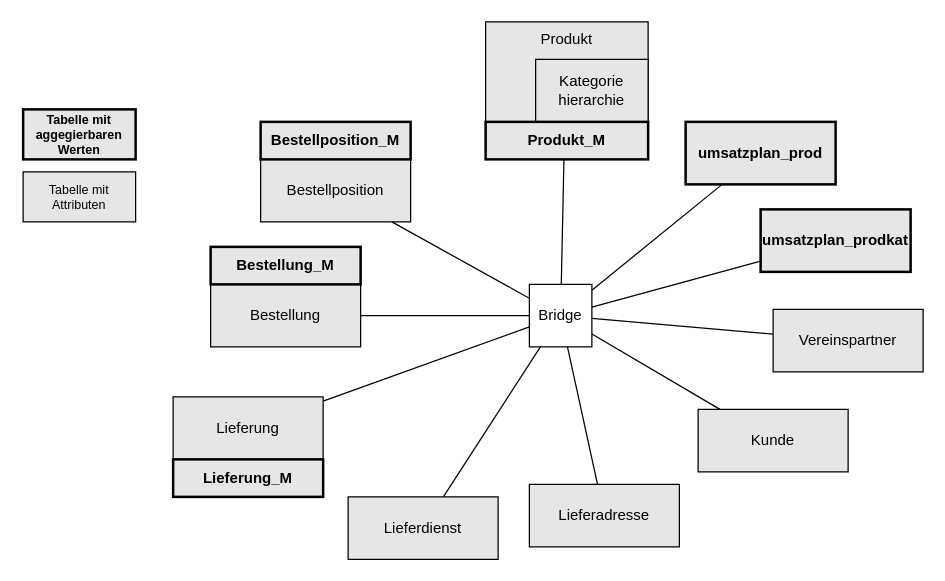
mattywausb/Willibald-Data keeps this draw.io diagram as USS_abbildung/USS_for_willibald.drawio. Above is the earlier version. Source tidied: cells renumbered, new cells numbered last; positions are measured from the earlier drawing's top-left corner, leaving out a move shared by most shapes. Both pictures are drawn from the tidied source at 125%, with x=0, y=0 at pixel (22, 21).
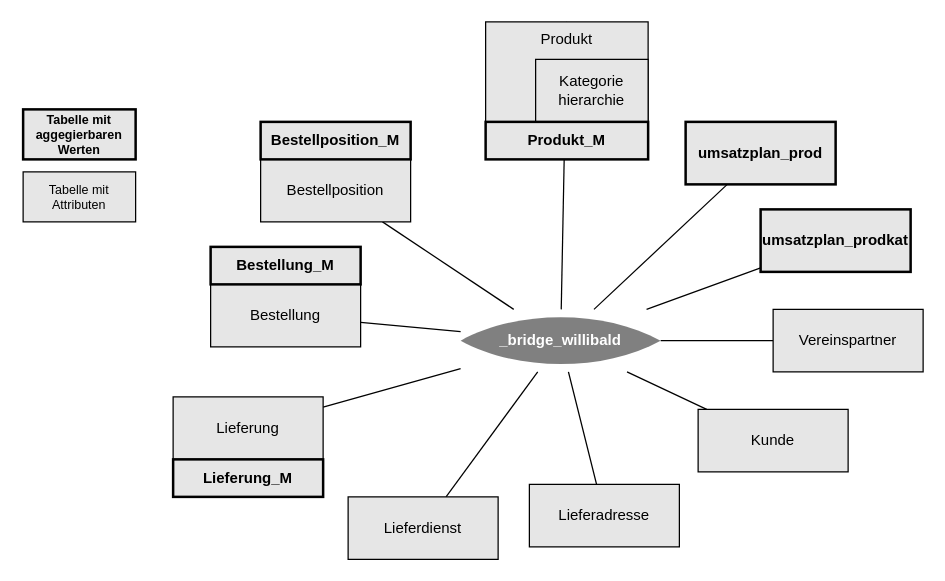
Above is the later version.

Commit message (it also covers changes not shown here):
Diagramme verbessert

Unchanged cells that the change refers to:
```xml
<mxCell id="11" value="Bestellung" style="rounded=0;whiteSpace=wrap;html=1;strokeColor=default;align=center;verticalAlign=middle;fontFamily=Helvetica;fontSize=12;fontColor=default;fillColor=#E6E6E6;" parent="1" vertex="1">
  <mxGeometry x="150" y="210" width="120" height="50" as="geometry" />
</mxCell>
<mxCell id="13" value="Lieferdienst" style="rounded=0;whiteSpace=wrap;html=1;strokeColor=default;align=center;verticalAlign=middle;fontFamily=Helvetica;fontSize=12;fontColor=default;fillColor=#E6E6E6;" parent="1" vertex="1">
  <mxGeometry x="260" y="380" width="120" height="50" as="geometry" />
</mxCell>
<mxCell id="14" value="Lieferadresse" style="rounded=0;whiteSpace=wrap;html=1;strokeColor=default;align=center;verticalAlign=middle;fontFamily=Helvetica;fontSize=12;fontColor=default;fillColor=#E6E6E6;" parent="1" vertex="1">
  <mxGeometry x="405" y="370" width="120" height="50" as="geometry" />
</mxCell>
<mxCell id="15" value="Kunde" style="rounded=0;whiteSpace=wrap;html=1;strokeColor=default;align=center;verticalAlign=middle;fontFamily=Helvetica;fontSize=12;fontColor=default;fillColor=#E6E6E6;" parent="1" vertex="1">
  <mxGeometry x="540" y="310" width="120" height="50" as="geometry" />
</mxCell>
<mxCell id="16" value="Produkt" style="rounded=0;whiteSpace=wrap;html=1;verticalAlign=top;strokeColor=default;align=center;fontFamily=Helvetica;fontSize=12;fontColor=default;fillColor=#E6E6E6;" parent="1" vertex="1">
  <mxGeometry x="370" width="130" height="80" as="geometry" />
</mxCell>
<mxCell id="17" value="Vereinspartner" style="rounded=0;whiteSpace=wrap;html=1;strokeColor=default;align=center;verticalAlign=middle;fontFamily=Helvetica;fontSize=12;fontColor=default;fillColor=#E6E6E6;" parent="1" vertex="1">
  <mxGeometry x="600" y="230" width="120" height="50" as="geometry" />
</mxCell>
<mxCell id="21" value="&lt;div&gt;&lt;span style=&quot;background-color: initial;&quot;&gt;Bestellposition&lt;/span&gt;&lt;br&gt;&lt;/div&gt;" style="rounded=0;whiteSpace=wrap;html=1;strokeColor=default;align=center;verticalAlign=middle;fontFamily=Helvetica;fontSize=12;fontColor=default;fillColor=#E6E6E6;" parent="1" vertex="1">
  <mxGeometry x="190" y="110" width="120" height="50" as="geometry" />
</mxCell>
<mxCell id="26" value="Lieferung" style="rounded=0;whiteSpace=wrap;html=1;strokeColor=default;align=center;verticalAlign=middle;fontFamily=Helvetica;fontSize=12;fontColor=default;fillColor=#E6E6E6;" parent="1" vertex="1">
  <mxGeometry x="120" y="300" width="120" height="50" as="geometry" />
</mxCell>
<mxCell id="28" value="umsatzplan_prod" style="rounded=0;whiteSpace=wrap;html=1;strokeColor=default;align=center;verticalAlign=middle;fontFamily=Helvetica;fontSize=12;fontColor=default;fillColor=#E6E6E6;shadow=0;glass=0;strokeWidth=2;fontStyle=1;" parent="1" vertex="1">
  <mxGeometry x="530" y="80" width="120" height="50" as="geometry" />
</mxCell>
<mxCell id="29" value="umsatzplan_prodkat" style="rounded=0;whiteSpace=wrap;html=1;strokeColor=default;align=center;verticalAlign=middle;fontFamily=Helvetica;fontSize=12;fontColor=default;fillColor=#E6E6E6;shadow=0;glass=0;strokeWidth=2;fontStyle=1;" parent="1" vertex="1">
  <mxGeometry x="590" y="150" width="120" height="50" as="geometry" />
</mxCell>
```

The edit, as a diff of the source:
```diff
@@
-    <mxCell id="2" style="edgeStyle=none;shape=connector;rounded=0;jettySize=auto;html=1;strokeColor=default;align=center;verticalAlign=middle;fontFamily=Helvetica;fontSize=11;fontColor=default;labelBackgroundColor=default;endArrow=none;endFill=0;" parent="1" edge="1" source="8" target="17">
+    <mxCell id="2" style="edgeStyle=none;shape=connector;rounded=0;jettySize=auto;html=1;strokeColor=default;align=center;verticalAlign=middle;fontFamily=Helvetica;fontSize=11;fontColor=default;labelBackgroundColor=default;endArrow=none;endFill=0;" parent="1" edge="1" source="30" target="17">
       <mxGeometry relative="1" as="geometry" />
     </mxCell>
-    <mxCell id="3" style="edgeStyle=none;shape=connector;rounded=0;jettySize=auto;html=1;strokeColor=default;align=center;verticalAlign=middle;fontFamily=Helvetica;fontSize=11;fontColor=default;labelBackgroundColor=default;endArrow=none;endFill=0;" parent="1" edge="1" source="8" target="15">
+    <mxCell id="3" style="edgeStyle=none;shape=connector;rounded=0;jettySize=auto;html=1;strokeColor=default;align=center;verticalAlign=middle;fontFamily=Helvetica;fontSize=11;fontColor=default;labelBackgroundColor=default;endArrow=none;endFill=0;" parent="1" edge="1" source="30" target="15">
       <mxGeometry relative="1" as="geometry" />
     </mxCell>
-    <mxCell id="4" style="edgeStyle=none;shape=connector;rounded=0;jettySize=auto;html=1;strokeColor=default;align=center;verticalAlign=middle;fontFamily=Helvetica;fontSize=11;fontColor=default;labelBackgroundColor=default;endArrow=none;endFill=0;" parent="1" edge="1" source="8" target="14">
+    <mxCell id="4" style="edgeStyle=none;shape=connector;rounded=0;jettySize=auto;html=1;strokeColor=default;align=center;verticalAlign=middle;fontFamily=Helvetica;fontSize=11;fontColor=default;labelBackgroundColor=default;endArrow=none;endFill=0;" parent="1" edge="1" source="30" target="14">
       <mxGeometry relative="1" as="geometry" />
     </mxCell>
-    <mxCell id="5" style="edgeStyle=none;shape=connector;rounded=0;jettySize=auto;html=1;strokeColor=default;align=center;verticalAlign=middle;fontFamily=Helvetica;fontSize=11;fontColor=default;labelBackgroundColor=default;endArrow=none;endFill=0;entryX=0.5;entryY=0;entryDx=0;entryDy=0;" parent="1" edge="1" source="8" target="16">
+    <mxCell id="5" style="edgeStyle=none;shape=connector;rounded=0;jettySize=auto;html=1;strokeColor=default;align=center;verticalAlign=middle;fontFamily=Helvetica;fontSize=11;fontColor=default;labelBackgroundColor=default;endArrow=none;endFill=0;entryX=0.5;entryY=0;entryDx=0;entryDy=0;" parent="1" edge="1" source="30" target="16">
       <mxGeometry relative="1" as="geometry" />
     </mxCell>
-    <mxCell id="6" style="edgeStyle=none;shape=connector;rounded=0;jettySize=auto;html=1;strokeColor=default;align=center;verticalAlign=middle;fontFamily=Helvetica;fontSize=11;fontColor=default;labelBackgroundColor=default;endArrow=none;endFill=0;" parent="1" edge="1" source="8" target="29">
+    <mxCell id="6" style="edgeStyle=none;shape=connector;rounded=0;jettySize=auto;html=1;strokeColor=default;align=center;verticalAlign=middle;fontFamily=Helvetica;fontSize=11;fontColor=default;labelBackgroundColor=default;endArrow=none;endFill=0;" parent="1" edge="1" source="30" target="29">
       <mxGeometry relative="1" as="geometry" />
     </mxCell>
-    <mxCell id="7" style="edgeStyle=none;shape=connector;rounded=0;jettySize=auto;html=1;strokeColor=default;align=center;verticalAlign=middle;fontFamily=Helvetica;fontSize=11;fontColor=default;labelBackgroundColor=default;endArrow=none;endFill=0;" parent="1" edge="1" source="8" target="28">
+    <mxCell id="7" style="edgeStyle=none;shape=connector;rounded=0;jettySize=auto;html=1;strokeColor=default;align=center;verticalAlign=middle;fontFamily=Helvetica;fontSize=11;fontColor=default;labelBackgroundColor=default;endArrow=none;endFill=0;" parent="1" edge="1" source="30" target="28">
       <mxGeometry relative="1" as="geometry" />
     </mxCell>
-    <mxCell id="8" value="Bridge" style="rounded=0;whiteSpace=wrap;html=1;" parent="1" vertex="1">
-      <mxGeometry x="405" y="210" width="50" height="50" as="geometry" />
-    </mxCell>
-    <mxCell id="9" style="rounded=0;jettySize=auto;html=1;endArrow=none;endFill=0;" parent="1" edge="1" source="21" target="8">
+    <mxCell id="9" style="rounded=0;jettySize=auto;html=1;endArrow=none;endFill=0;" parent="1" edge="1" source="21" target="30">
       <mxGeometry relative="1" as="geometry" />
     </mxCell>
-    <mxCell id="10" style="edgeStyle=none;shape=connector;rounded=0;jettySize=auto;html=1;strokeColor=default;align=center;verticalAlign=middle;fontFamily=Helvetica;fontSize=11;fontColor=default;labelBackgroundColor=default;endArrow=none;endFill=0;" parent="1" edge="1" source="11" target="8">
+    <mxCell id="10" style="edgeStyle=none;shape=connector;rounded=0;jettySize=auto;html=1;strokeColor=default;align=center;verticalAlign=middle;fontFamily=Helvetica;fontSize=11;fontColor=default;labelBackgroundColor=default;endArrow=none;endFill=0;" parent="1" edge="1" source="11" target="30">
       <mxGeometry relative="1" as="geometry" />
     </mxCell>
@@
-    <mxCell id="12" style="edgeStyle=none;shape=connector;rounded=0;jettySize=auto;html=1;strokeColor=default;align=center;verticalAlign=middle;fontFamily=Helvetica;fontSize=11;fontColor=default;labelBackgroundColor=default;endArrow=none;endFill=0;" parent="1" edge="1" source="13" target="8">
+    <mxCell id="12" style="edgeStyle=none;shape=connector;rounded=0;jettySize=auto;html=1;strokeColor=default;align=center;verticalAlign=middle;fontFamily=Helvetica;fontSize=11;fontColor=default;labelBackgroundColor=default;endArrow=none;endFill=0;" parent="1" edge="1" source="13" target="30">
       <mxGeometry relative="1" as="geometry" />
     </mxCell>
@@
-    <mxCell id="25" style="edgeStyle=none;shape=connector;rounded=0;jettySize=auto;html=1;strokeColor=default;align=center;verticalAlign=middle;fontFamily=Helvetica;fontSize=11;fontColor=default;labelBackgroundColor=default;endArrow=none;endFill=0;" parent="1" edge="1" source="26" target="8">
+    <mxCell id="25" style="edgeStyle=none;shape=connector;rounded=0;jettySize=auto;html=1;strokeColor=default;align=center;verticalAlign=middle;fontFamily=Helvetica;fontSize=11;fontColor=default;labelBackgroundColor=default;endArrow=none;endFill=0;" parent="1" edge="1" source="26" target="30">
       <mxGeometry relative="1" as="geometry" />
     </mxCell>
@@
+    <mxCell id="30" value="_bridge_willibald" style="whiteSpace=wrap;shape=mxgraph.basic.pointed_oval;direction=south;fillColor=#808080;fontColor=#FFFFFF;fontStyle=1;strokeColor=none;" parent="1" vertex="1">
+      <mxGeometry x="350" y="230" width="160" height="50" as="geometry" />
+    </mxCell>
```
